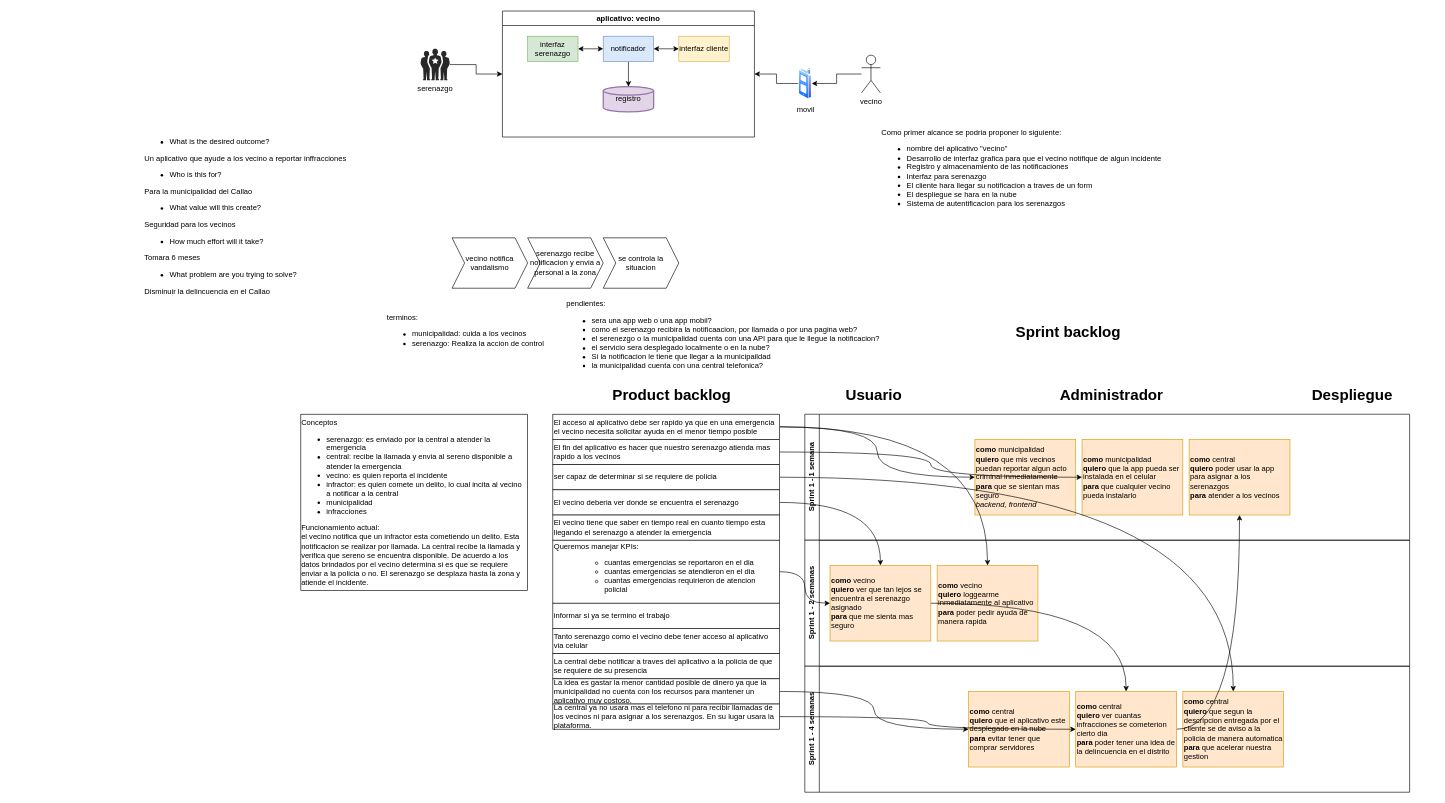
josueelias9/RetoTecnico keeps this draw.io diagram as Diagrama sin título.drawio. Above is the earlier version. Source tidied: cells renumbered, new cells numbered last; positions are measured from the earlier drawing's top-left corner, leaving out a move shared by most shapes. Both pictures are drawn from the tidied source at 63%, with x=0, y=0 at pixel (143, 11).
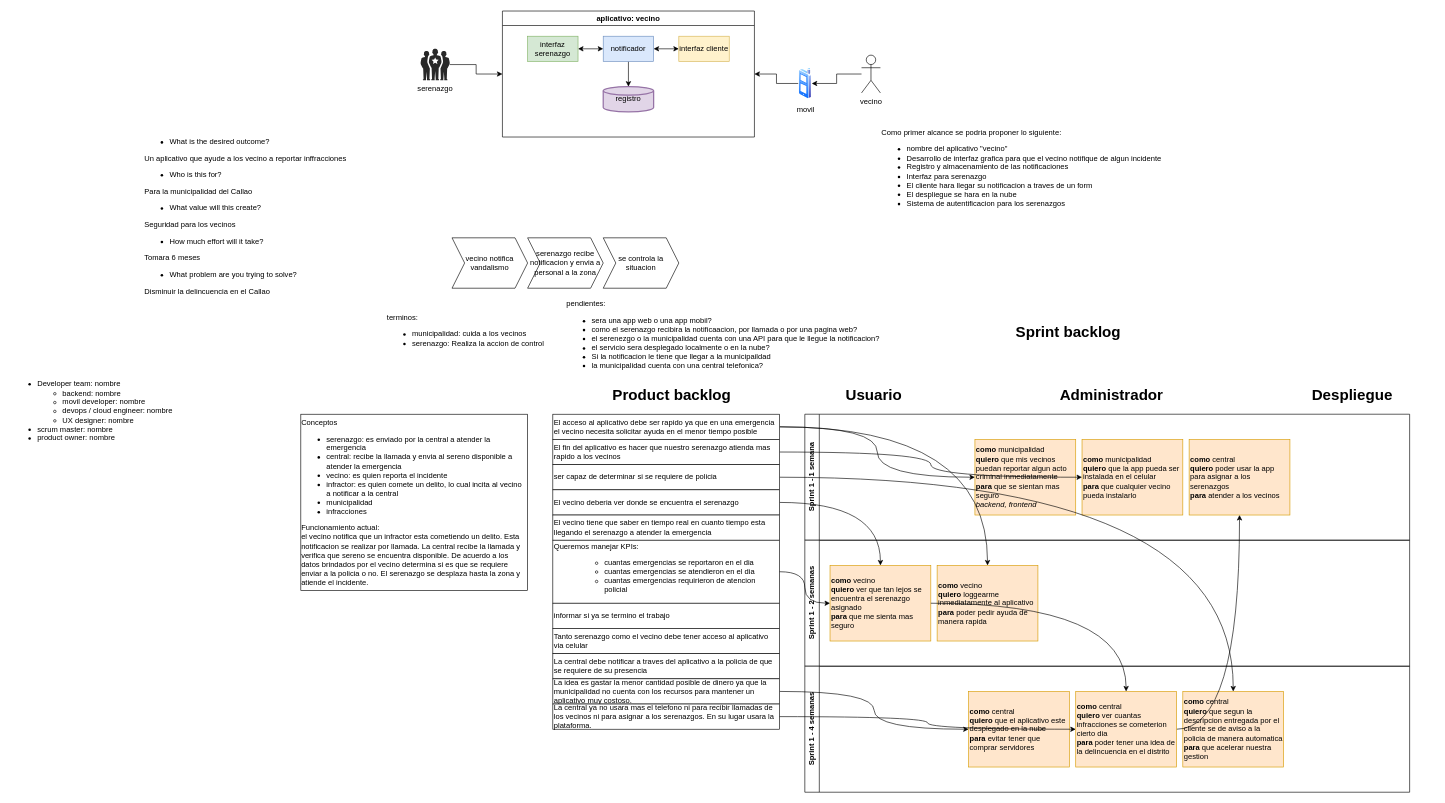
The same page after the edit.

The edit, as a diff of the source:
```diff
@@
+    <mxCell id="61" value="&lt;ul&gt;&lt;li&gt;Developer team: nombre&lt;/li&gt;&lt;ul&gt;&lt;li&gt;backend: nombre&lt;/li&gt;&lt;li&gt;movil developer: nombre&lt;/li&gt;&lt;li&gt;devops / cloud engineer: nombre&lt;/li&gt;&lt;li&gt;UX designer: nombre&lt;/li&gt;&lt;/ul&gt;&lt;li&gt;&lt;span style=&quot;background-color: initial;&quot;&gt;scrum master&lt;/span&gt;: nombre&lt;/li&gt;&lt;li&gt;product owner: nombre&lt;/li&gt;&lt;/ul&gt;&lt;span style=&quot;background-color: initial;&quot;&gt;&lt;/span&gt;" style="text;html=1;strokeColor=none;fillColor=none;align=left;verticalAlign=middle;whiteSpace=wrap;rounded=0;" parent="1" vertex="1">
+      <mxGeometry x="-210" y="560" width="260" height="150" as="geometry" />
+    </mxCell>
```
